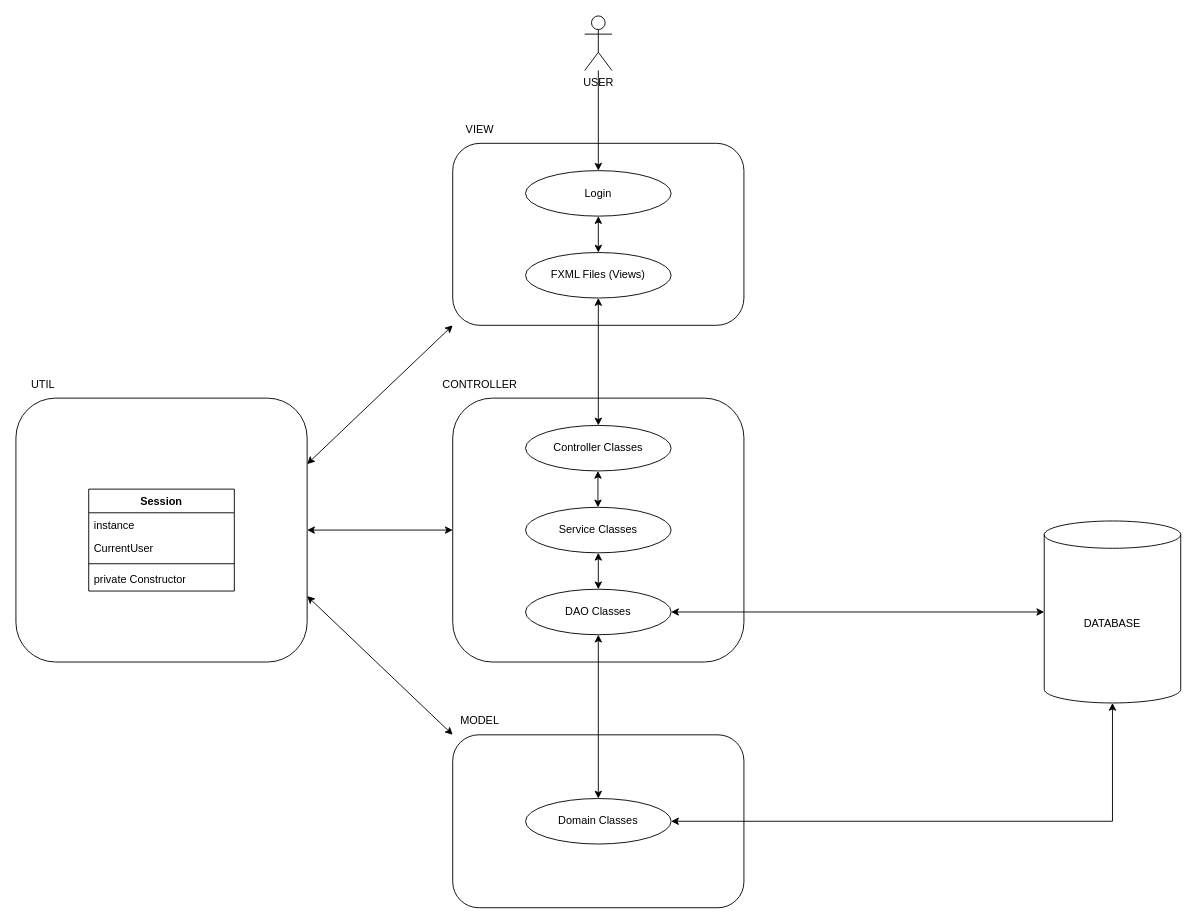
Earlier version of the draw.io diagram Documentation/Application/SystemArchitectureDiagram.drawio (YazeedMo/ShelfSense). Source tidied: cells renumbered, new cells numbered last; positions are measured from the earlier drawing's top-left corner, leaving out a move shared by most shapes. Both pictures are drawn from the tidied source at 91%, with x=0, y=0 at pixel (15, 15).
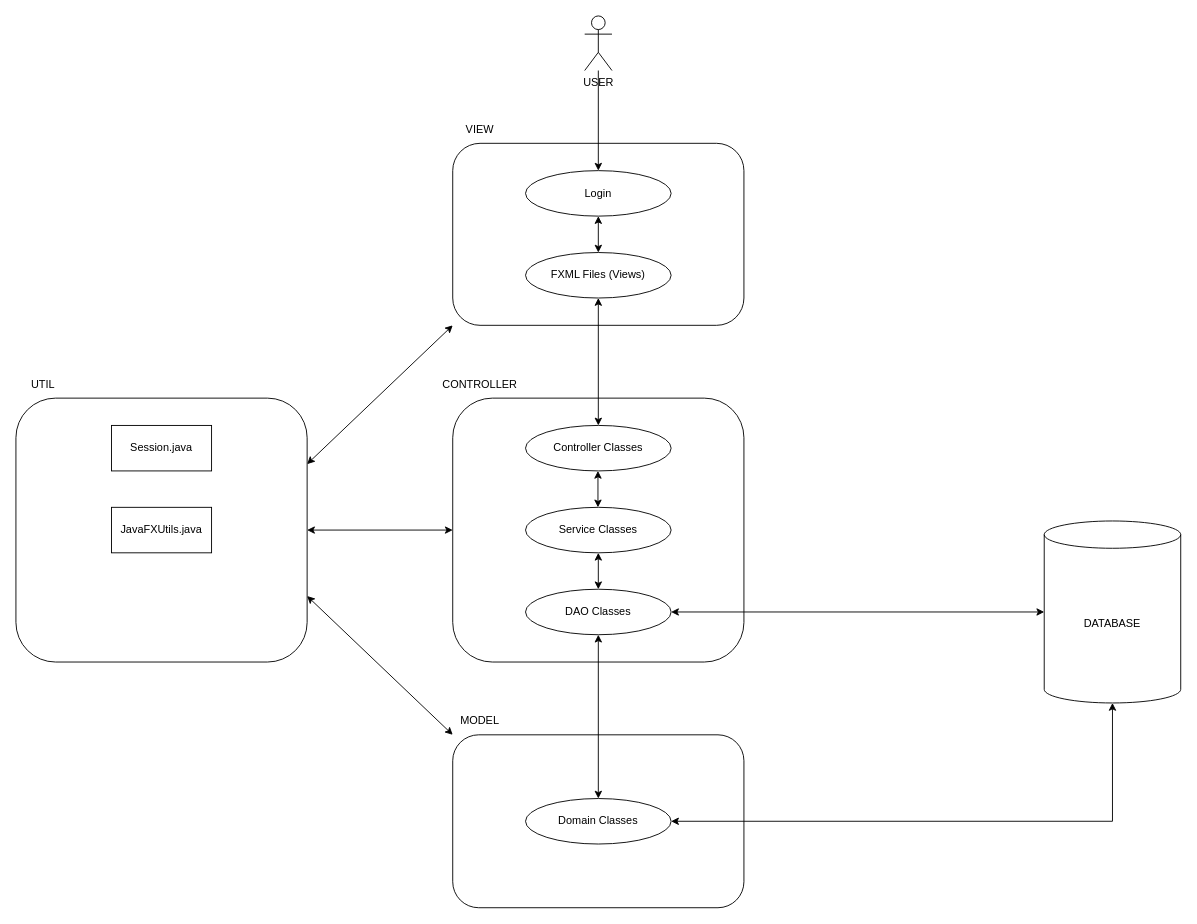
After the change.

What changed in the source:
```diff
@@
-    <mxCell id="29" value="Session" style="swimlane;fontStyle=1;align=center;verticalAlign=top;horizontal=1;startSize=26;whiteSpace=wrap;html=1;" parent="1" vertex="1">
-      <mxGeometry x="80" y="520" width="160" height="112" as="geometry" />
-    </mxCell>
-    <mxCell id="30" value="instance" style="text;strokeColor=none;fillColor=none;align=left;verticalAlign=top;spacingLeft=4;spacingRight=4;overflow=hidden;whiteSpace=wrap;html=1;" parent="29" vertex="1">
-      <mxGeometry y="26" width="160" height="26" as="geometry" />
-    </mxCell>
-    <mxCell id="31" value="CurrentUser" style="text;strokeColor=none;fillColor=none;align=left;verticalAlign=top;spacingLeft=4;spacingRight=4;overflow=hidden;whiteSpace=wrap;html=1;" parent="29" vertex="1">
-      <mxGeometry y="52" width="160" height="26" as="geometry" />
-    </mxCell>
-    <mxCell id="32" style="line;strokeWidth=1;fillColor=none;align=left;verticalAlign=middle;spacingTop=-1;spacingLeft=3;spacingRight=3;labelPosition=right;strokeColor=inherit;" parent="29" vertex="1">
-      <mxGeometry y="78" width="160" height="8" as="geometry" />
-    </mxCell>
-    <mxCell id="33" value="private Constructor" style="text;strokeColor=none;fillColor=none;align=left;verticalAlign=top;spacingLeft=4;spacingRight=4;overflow=hidden;whiteSpace=wrap;html=1;" parent="29" vertex="1">
-      <mxGeometry y="86" width="160" height="26" as="geometry" />
-    </mxCell>
+    <mxCell id="34" value="Session.java" style="html=1;whiteSpace=wrap;" parent="1" vertex="1">
+      <mxGeometry x="105" y="450" width="110" height="50" as="geometry" />
+    </mxCell>
+    <mxCell id="35" value="JavaFXUtils.java" style="html=1;whiteSpace=wrap;" parent="1" vertex="1">
+      <mxGeometry x="105" y="540" width="110" height="50" as="geometry" />
+    </mxCell>
```
